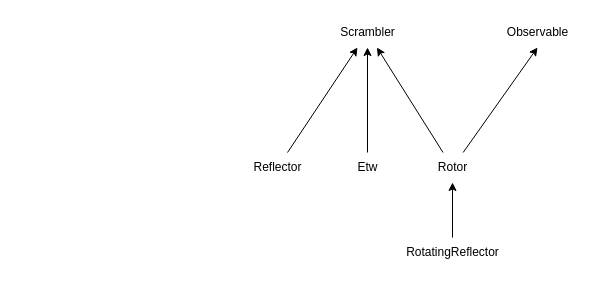
This is page "Page-2" (2 of 2) of diagrams/rotors.drawio from denismaggior8/enigma-python, a draw.io file, before an edit. Source tidied: cells renumbered, new cells numbered last; positions are measured from the earlier drawing's top-left corner, leaving out a move shared by most shapes. Both pictures are drawn from the tidied source at 100%, with x=0, y=0 at pixel (242, 17).
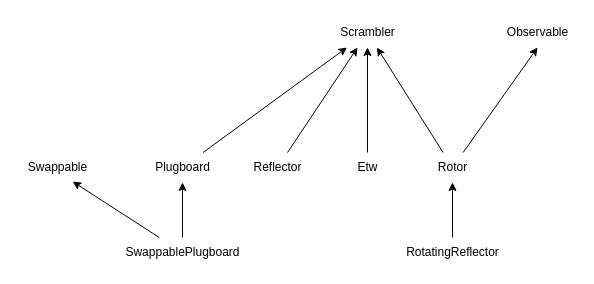
The same diagram, later.

Commit message (it also covers changes not shown here):
SwappablePlugboard as a Scrambler

Diff of the diagram source:
```diff
@@
 <mxGraphModel>
   <root>
     <mxCell id="0" />
     <mxCell id="1" parent="0" />
     <mxCell id="2" style="rounded=0;jettySize=auto;html=1;" parent="1" edge="1" source="3" target="9">
       <mxGeometry relative="1" as="geometry" />
     </mxCell>
     <mxCell id="3" value="Reflector" style="text;html=1;align=center;verticalAlign=middle;points=[];strokeColor=none;fillColor=none;" parent="1" vertex="1">
       <mxGeometry y="135" width="70" height="30" as="geometry" />
     </mxCell>
     <mxCell id="4" style="rounded=0;jettySize=auto;html=1;" parent="1" edge="1" source="6" target="9">
       <mxGeometry x="-0.78" y="-30" relative="1" as="geometry" />
     </mxCell>
     <mxCell id="5" style="rounded=0;jettySize=auto;html=1;" parent="1" edge="1" source="6">
       <mxGeometry relative="1" as="geometry">
         <mxPoint x="295" y="30" as="targetPoint" />
       </mxGeometry>
     </mxCell>
     <mxCell id="6" value="Rotor" style="text;html=1;align=center;verticalAlign=middle;points=[];strokeColor=none;fillColor=none;" parent="1" vertex="1">
       <mxGeometry x="185" y="135" width="50" height="30" as="geometry" />
     </mxCell>
     <mxCell id="7" style="edgeStyle=orthogonalEdgeStyle;rounded=0;jettySize=auto;html=1;" parent="1" edge="1" source="8" target="6">
       <mxGeometry relative="1" as="geometry" />
     </mxCell>
     <mxCell id="8" value="RotatingReflector" style="text;html=1;align=center;verticalAlign=middle;points=[];strokeColor=none;fillColor=none;" parent="1" vertex="1">
       <mxGeometry x="150" y="220" width="120" height="30" as="geometry" />
     </mxCell>
     <mxCell id="9" value="Scrambler" style="text;html=1;align=center;verticalAlign=middle;points=[];strokeColor=none;fillColor=none;" parent="1" vertex="1">
       <mxGeometry x="85" width="80" height="30" as="geometry" />
     </mxCell>
     <mxCell id="10" value="Observable" style="text;html=1;align=center;verticalAlign=middle;strokeColor=none;fillColor=none;" parent="1" vertex="1">
       <mxGeometry x="255" width="80" height="30" as="geometry" />
     </mxCell>
     <mxCell id="11" style="edgeStyle=none;rounded=0;jettySize=auto;html=1;" parent="1" edge="1" source="12" target="9">
       <mxGeometry relative="1" as="geometry" />
     </mxCell>
     <mxCell id="12" value="Etw" style="text;html=1;align=center;verticalAlign=middle;points=[];strokeColor=none;fillColor=none;" parent="1" vertex="1">
       <mxGeometry x="105" y="135" width="40" height="30" as="geometry" />
     </mxCell>
+    <mxCell id="13" style="edgeStyle=none;rounded=0;jettySize=auto;html=1;" parent="1" edge="1" source="14" target="9">
+      <mxGeometry relative="1" as="geometry" />
+    </mxCell>
+    <mxCell id="14" value="Plugboard" style="text;html=1;align=center;verticalAlign=middle;points=[];strokeColor=none;fillColor=none;" parent="1" vertex="1">
+      <mxGeometry x="-100" y="135" width="80" height="30" as="geometry" />
+    </mxCell>
+    <mxCell id="15" style="edgeStyle=none;rounded=0;jettySize=auto;html=1;entryX=0.69;entryY=0.97;entryDx=0;entryDy=0;entryPerimeter=0;" parent="1" edge="1" source="17" target="18">
+      <mxGeometry relative="1" as="geometry" />
+    </mxCell>
+    <mxCell id="16" style="edgeStyle=none;rounded=0;jettySize=auto;html=1;" parent="1" edge="1" source="17" target="14">
+      <mxGeometry relative="1" as="geometry" />
+    </mxCell>
+    <mxCell id="17" value="SwappablePlugboard" style="text;html=1;align=center;verticalAlign=middle;points=[];strokeColor=none;fillColor=none;" parent="1" vertex="1">
+      <mxGeometry x="-130" y="220" width="140" height="30" as="geometry" />
+    </mxCell>
+    <mxCell id="18" value="Swappable" style="text;html=1;align=center;verticalAlign=middle;points=[];strokeColor=none;fillColor=none;" parent="1" vertex="1">
+      <mxGeometry x="-225" y="135" width="80" height="30" as="geometry" />
+    </mxCell>
   </root>
 </mxGraphModel>
```
